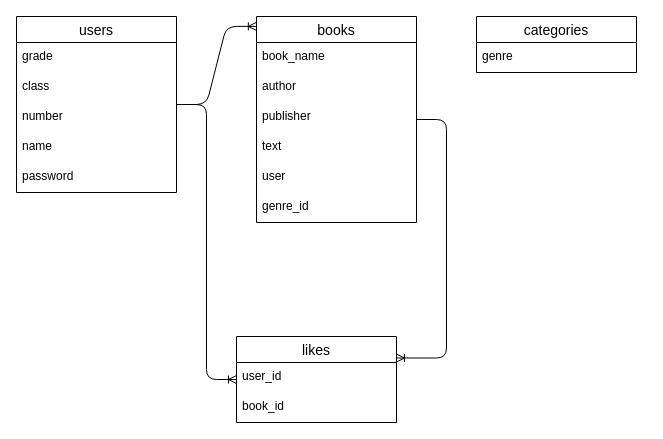
Before: ER.dio in kyamax/library_go, a draw.io diagram. Source tidied: cells renumbered, new cells numbered last; positions are measured from the earlier drawing's top-left corner, leaving out a move shared by most shapes. Both pictures are drawn from the tidied source at 100%, with x=0, y=0 at pixel (16, 16).
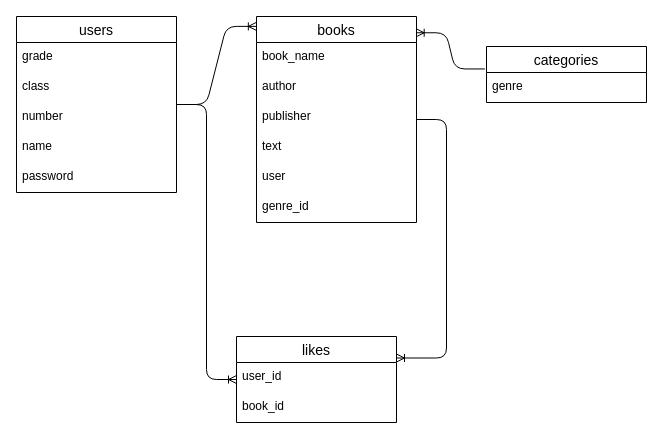
The same diagram, later.

The change refers to these unchanged cells:
```xml
<mxCell id="8" value="books" style="swimlane;fontStyle=0;horizontal=1;startSize=26;align=center;fontSize=14;" parent="1" vertex="1">
  <mxGeometry x="240" width="160" height="206" as="geometry" />
</mxCell>
```

Diff of the diagram source:
```diff
@@
     <mxCell id="18" value="categories" style="swimlane;fontStyle=0;horizontal=1;startSize=26;align=center;fontSize=14;" parent="1" vertex="1">
-      <mxGeometry x="460" width="160" height="56" as="geometry" />
+      <mxGeometry x="470" y="30" width="160" height="56" as="geometry" />
     </mxCell>
@@
+    <mxCell id="23" style="edgeStyle=entityRelationEdgeStyle;fontSize=12;html=1;endArrow=ERoneToMany;entryX=0.998;entryY=0.079;entryDx=0;entryDy=0;entryPerimeter=0;exitX=-0.01;exitY=0.401;exitDx=0;exitDy=0;exitPerimeter=0;" parent="1" edge="1" source="18" target="8">
+      <mxGeometry relative="1" as="geometry" />
+    </mxCell>
```
